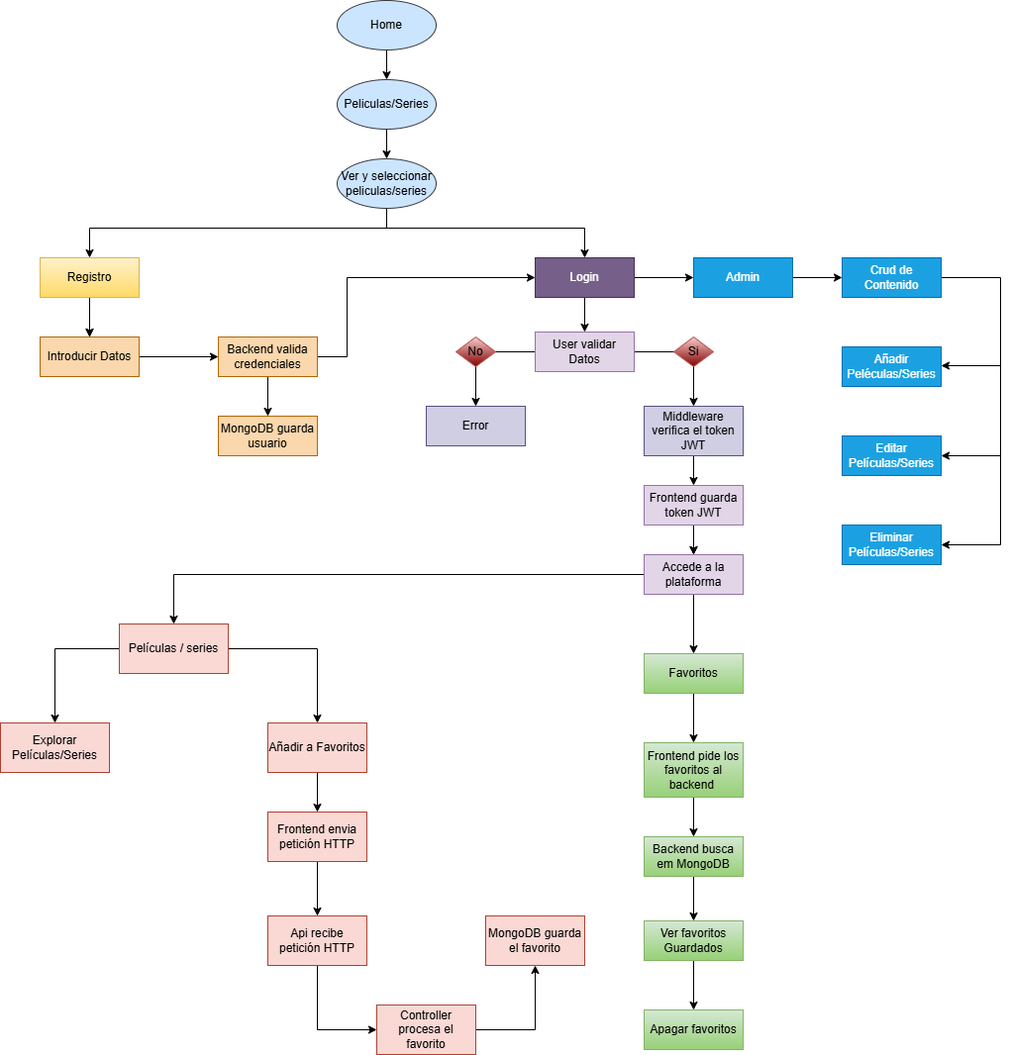
ecrbarbosa7/Glitch_Elisabete-and-Neuza keeps this draw.io diagram as Diagrama final Glitch.drawio.png. Above is the earlier version. Source tidied: cells renumbered, new cells last; positions are measured from the earlier drawing's top-left corner, leaving out a move shared by most shapes.
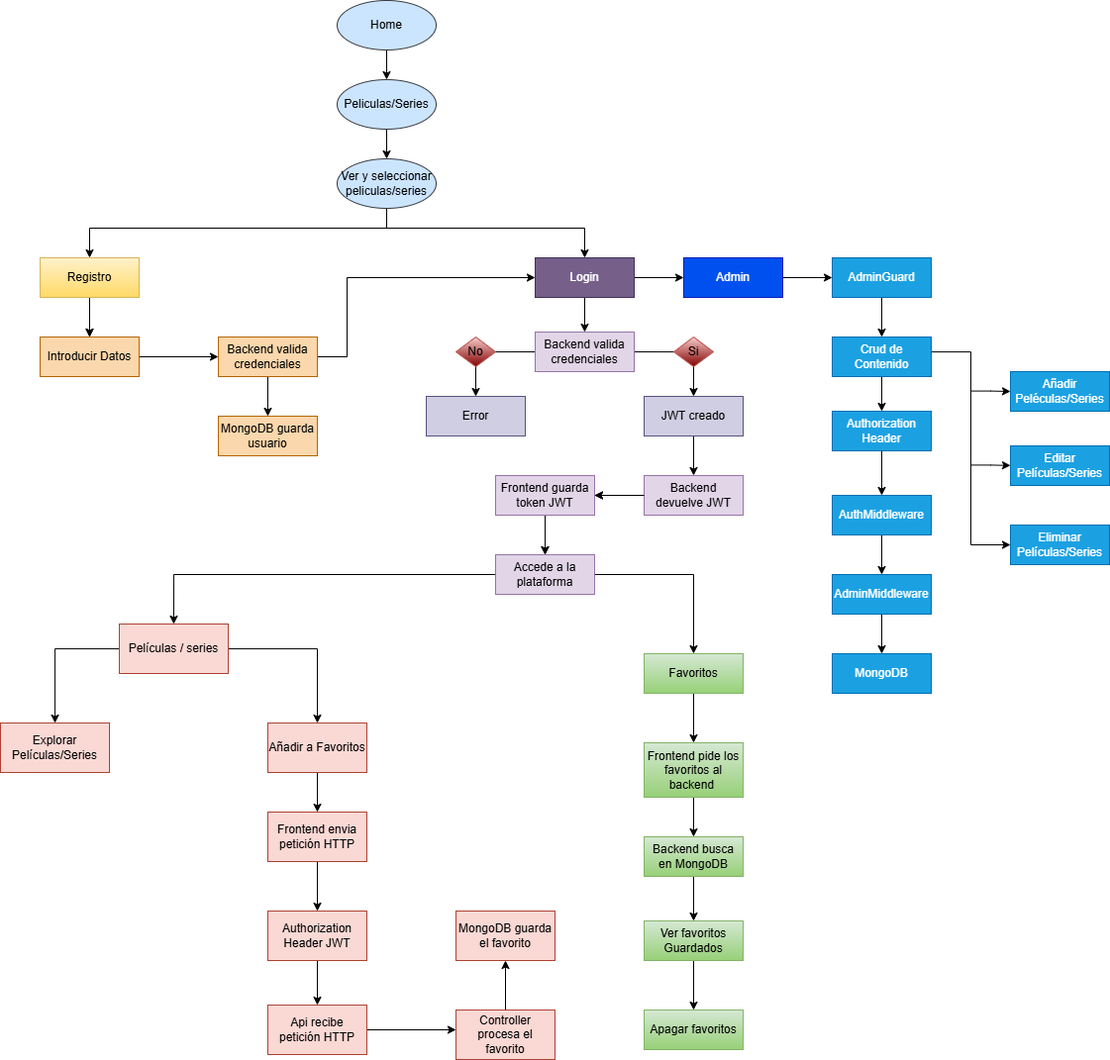
The same file after the commit.

Commit message:
Update diagram file for project visualization improvements

What changed in the source:
```diff
@@ -62,17 +62,17 @@
     <mxCell id="16" style="edgeStyle=orthogonalEdgeStyle;rounded=0;jettySize=auto;html=1;exitX=0;exitY=0.5;exitDx=0;exitDy=0;entryX=0.5;entryY=0;entryDx=0;entryDy=0;" parent="1" edge="1" source="17" target="18">
       <mxGeometry relative="1" as="geometry" />
     </mxCell>
-    <mxCell id="17" value="User validar Datos" style="rounded=0;whiteSpace=wrap;html=1;fillColor=#e1d5e7;strokeColor=#9673a6;" parent="1" vertex="1">
+    <mxCell id="17" value="Backend valida credenciales" style="rounded=0;whiteSpace=wrap;html=1;fillColor=#e1d5e7;strokeColor=#9673a6;" parent="1" vertex="1">
       <mxGeometry x="540" y="335" width="100" height="40" as="geometry" />
     </mxCell>
     <mxCell id="18" value="Error" style="rounded=0;whiteSpace=wrap;html=1;fillColor=#d0cee2;strokeColor=#56517e;" parent="1" vertex="1">
-      <mxGeometry x="430" y="410" width="100" height="40" as="geometry" />
+      <mxGeometry x="430" y="400" width="100" height="40" as="geometry" />
     </mxCell>
     <mxCell id="19" style="edgeStyle=orthogonalEdgeStyle;rounded=0;jettySize=auto;html=1;" parent="1" edge="1" source="20" target="24">
       <mxGeometry relative="1" as="geometry" />
     </mxCell>
-    <mxCell id="20" value="Middleware verifica el token JWT" style="rounded=0;whiteSpace=wrap;html=1;fillColor=#d0cee2;strokeColor=#56517e;" parent="1" vertex="1">
-      <mxGeometry x="650" y="410" width="100" height="50" as="geometry" />
+    <mxCell id="20" value="JWT creado" style="rounded=0;whiteSpace=wrap;html=1;fillColor=#d0cee2;strokeColor=#56517e;" parent="1" vertex="1">
+      <mxGeometry x="650" y="400" width="100" height="40" as="geometry" />
     </mxCell>
     <mxCell id="21" value="Si" style="rhombus;whiteSpace=wrap;html=1;fillColor=#f8cecc;strokeColor=#b85450;gradientColor=light-dark(#820000,#910400);" parent="1" vertex="1">
       <mxGeometry x="680" y="340" width="40" height="30" as="geometry" />
@@ -80,11 +80,14 @@
     <mxCell id="22" style="edgeStyle=orthogonalEdgeStyle;rounded=0;jettySize=auto;html=1;" parent="1" edge="1" source="24" target="27">
       <mxGeometry relative="1" as="geometry" />
     </mxCell>
-    <mxCell id="23" style="edgeStyle=orthogonalEdgeStyle;rounded=0;jettySize=auto;html=1;" parent="1" edge="1" source="24" target="27">
+    <mxCell id="23" style="edgeStyle=orthogonalEdgeStyle;rounded=0;jettySize=auto;html=1;" parent="1" edge="1" source="82" target="27">
       <mxGeometry relative="1" as="geometry" />
     </mxCell>
+    <mxCell id="66" style="edgeStyle=orthogonalEdgeStyle;rounded=0;jettySize=auto;html=1;" parent="1" edge="1" source="24" target="82">
+      <mxGeometry relative="1" as="geometry" />
+    </mxCell>
-    <mxCell id="24" value="Frontend guarda token JWT" style="rounded=0;whiteSpace=wrap;html=1;fillColor=#e1d5e7;strokeColor=#9673a6;" parent="1" vertex="1">
-      <mxGeometry x="650" y="490" width="100" height="40" as="geometry" />
+    <mxCell id="24" value="Backend devuelve JWT" style="rounded=0;whiteSpace=wrap;html=1;fillColor=#e1d5e7;strokeColor=#9673a6;" parent="1" vertex="1">
+      <mxGeometry x="650" y="480" width="100" height="40" as="geometry" />
     </mxCell>
     <mxCell id="25" style="edgeStyle=orthogonalEdgeStyle;rounded=0;jettySize=auto;html=1;entryX=0.5;entryY=0;entryDx=0;entryDy=0;" parent="1" edge="1" source="27" target="33">
       <mxGeometry relative="1" as="geometry">
@@ -97,7 +100,7 @@
       <mxGeometry relative="1" as="geometry" />
     </mxCell>
     <mxCell id="27" value="Accede a la plataforma" style="rounded=0;whiteSpace=wrap;html=1;fillColor=#e1d5e7;strokeColor=#9673a6;" parent="1" vertex="1">
-      <mxGeometry x="650" y="560" width="100" height="40" as="geometry" />
+      <mxGeometry x="500" y="560" width="100" height="40" as="geometry" />
     </mxCell>
     <mxCell id="28" value="No" style="rhombus;whiteSpace=wrap;html=1;fillColor=#f8cecc;strokeColor=#b85450;gradientColor=light-dark(#820000,#910400);" parent="1" vertex="1">
       <mxGeometry x="460" y="340" width="40" height="30" as="geometry" />
@@ -117,9 +120,9 @@
     <mxCell id="33" value="Películas /&amp;nbsp;&lt;span style=&quot;background-color: transparent; color: light-dark(rgb(0, 0, 0), rgb(255, 255, 255));&quot;&gt;series&lt;/span&gt;" style="rounded=0;whiteSpace=wrap;html=1;fillColor=#fad9d5;strokeColor=#ae4132;" parent="1" vertex="1">
       <mxGeometry x="120" y="630" width="110" height="50" as="geometry" />
     </mxCell>
-    <mxCell id="34" style="edgeStyle=orthogonalEdgeStyle;rounded=0;jettySize=auto;html=1;" parent="1" edge="1" source="35" target="37">
-      <mxGeometry relative="1" as="geometry" />
-    </mxCell>
+    <mxCell id="67" style="edgeStyle=orthogonalEdgeStyle;rounded=0;jettySize=auto;html=1;" parent="1" edge="1" source="35" target="84">
+      <mxGeometry relative="1" as="geometry" />
+    </mxCell>
     <mxCell id="35" value="Frontend envia petición HTTP" style="whiteSpace=wrap;html=1;rounded=0;fillColor=#fad9d5;strokeColor=#ae4132;" parent="1" vertex="1">
       <mxGeometry x="270" y="820" width="100" height="50" as="geometry" />
     </mxCell>
@@ -131,7 +134,7 @@
       </mxGeometry>
     </mxCell>
     <mxCell id="37" value="Api recibe petición HTTP" style="whiteSpace=wrap;html=1;rounded=0;fillColor=#fad9d5;strokeColor=#ae4132;" parent="1" vertex="1">
-      <mxGeometry x="270" y="925" width="100" height="50" as="geometry" />
+      <mxGeometry x="270" y="1015" width="100" height="50" as="geometry" />
     </mxCell>
     <mxCell id="38" style="edgeStyle=orthogonalEdgeStyle;rounded=0;jettySize=auto;html=1;" parent="1" edge="1" source="39" target="41">
       <mxGeometry relative="1" as="geometry" />
@@ -163,17 +166,17 @@
     <mxCell id="47" style="edgeStyle=orthogonalEdgeStyle;rounded=0;jettySize=auto;html=1;" parent="1" edge="1" source="48" target="53">
       <mxGeometry relative="1" as="geometry" />
     </mxCell>
-    <mxCell id="48" value="Backend busca em MongoDB" style="rounded=0;whiteSpace=wrap;html=1;fillColor=#d5e8d4;strokeColor=#82b366;gradientColor=#97d077;" parent="1" vertex="1">
+    <mxCell id="48" value="Backend busca en MongoDB" style="rounded=0;whiteSpace=wrap;html=1;fillColor=#d5e8d4;strokeColor=#82b366;gradientColor=#97d077;" parent="1" vertex="1">
       <mxGeometry x="650" y="845" width="100" height="40" as="geometry" />
     </mxCell>
     <mxCell id="49" style="edgeStyle=orthogonalEdgeStyle;rounded=0;jettySize=auto;html=1;" parent="1" edge="1" source="50" target="51">
       <mxGeometry relative="1" as="geometry" />
     </mxCell>
     <mxCell id="50" value="Controller procesa el favorito" style="whiteSpace=wrap;html=1;rounded=0;fillColor=#fad9d5;strokeColor=#ae4132;" parent="1" vertex="1">
-      <mxGeometry x="380" y="1015" width="100" height="50" as="geometry" />
+      <mxGeometry x="460" y="1020" width="100" height="50" as="geometry" />
     </mxCell>
     <mxCell id="51" value="MongoDB guarda el favorito" style="whiteSpace=wrap;html=1;rounded=0;fillColor=#fad9d5;strokeColor=#ae4132;" parent="1" vertex="1">
-      <mxGeometry x="490" y="925" width="100" height="50" as="geometry" />
+      <mxGeometry x="460" y="920" width="100" height="50" as="geometry" />
     </mxCell>
     <mxCell id="52" style="edgeStyle=orthogonalEdgeStyle;rounded=0;jettySize=auto;html=1;" parent="1" edge="1" source="53" target="54">
       <mxGeometry relative="1" as="geometry" />
@@ -190,43 +193,88 @@
     <mxCell id="56" value="Backend valida credenciales" style="rounded=0;whiteSpace=wrap;html=1;fillColor=#fad7ac;strokeColor=#b46504;" parent="1" vertex="1">
       <mxGeometry x="220" y="340" width="100" height="40" as="geometry" />
     </mxCell>
-    <mxCell id="57" style="edgeStyle=orthogonalEdgeStyle;rounded=0;jettySize=auto;html=1;entryX=1;entryY=0.5;entryDx=0;entryDy=0;exitX=1;exitY=0.5;exitDx=0;exitDy=0;" parent="1" edge="1" source="65" target="63">
+    <mxCell id="57" style="edgeStyle=orthogonalEdgeStyle;rounded=0;jettySize=auto;html=1;exitX=1;exitY=0.5;exitDx=0;exitDy=0;entryX=0;entryY=0.5;entryDx=0;entryDy=0;" parent="1" edge="1" source="65" target="63">
       <mxGeometry relative="1" as="geometry">
         <Array as="points">
-          <mxPoint x="1010" y="280" />
-          <mxPoint x="1010" y="550" />
+          <mxPoint x="940" y="355" />
+          <mxPoint x="980" y="355" />
+          <mxPoint x="980" y="550" />
         </Array>
       </mxGeometry>
     </mxCell>
-    <mxCell id="58" style="edgeStyle=orthogonalEdgeStyle;rounded=0;jettySize=auto;html=1;" parent="1" edge="1" source="59" target="65">
-      <mxGeometry relative="1" as="geometry" />
-    </mxCell>
+    <mxCell id="68" style="edgeStyle=orthogonalEdgeStyle;rounded=0;jettySize=auto;html=1;" parent="1" edge="1" source="59" target="72">
+      <mxGeometry relative="1" as="geometry" />
+    </mxCell>
-    <mxCell id="59" value="Admin" style="rounded=0;whiteSpace=wrap;html=1;fillColor=#1ba1e2;strokeColor=#006EAF;fontColor=#ffffff;" parent="1" vertex="1">
-      <mxGeometry x="700" y="260" width="100" height="40" as="geometry" />
+    <mxCell id="59" value="Admin" style="rounded=0;whiteSpace=wrap;html=1;fillColor=#0050ef;strokeColor=#001DBC;fontColor=#ffffff;" parent="1" vertex="1">
+      <mxGeometry x="690" y="260" width="100" height="40" as="geometry" />
     </mxCell>
-    <mxCell id="60" style="edgeStyle=orthogonalEdgeStyle;rounded=0;orthogonalLoop=1;jettySize=auto;html=1;" parent="1" edge="1">
+    <mxCell id="60" style="edgeStyle=orthogonalEdgeStyle;rounded=0;jettySize=auto;html=1;entryX=0;entryY=0.5;entryDx=0;entryDy=0;" parent="1" edge="1" target="61">
       <mxGeometry relative="1" as="geometry">
-        <mxPoint x="1010" y="369" as="sourcePoint" />
-        <mxPoint x="950" y="369" as="targetPoint" />
+        <mxPoint x="980" y="394.6" as="sourcePoint" />
       </mxGeometry>
     </mxCell>
     <mxCell id="61" value="Añadir Peléculas/Series" style="rounded=0;whiteSpace=wrap;html=1;fillColor=#1ba1e2;strokeColor=#006EAF;fontColor=#ffffff;" parent="1" vertex="1">
-      <mxGeometry x="850" y="350" width="100" height="40" as="geometry" />
+      <mxGeometry x="1020" y="375" width="100" height="40" as="geometry" />
     </mxCell>
     <mxCell id="62" value="Editar Películas/Series" style="rounded=0;whiteSpace=wrap;html=1;fillColor=#1ba1e2;strokeColor=#006EAF;fontColor=#ffffff;" parent="1" vertex="1">
-      <mxGeometry x="850" y="440" width="100" height="40" as="geometry" />
+      <mxGeometry x="1020" y="450" width="100" height="40" as="geometry" />
     </mxCell>
     <mxCell id="63" value="Eliminar Películas/Series" style="rounded=0;whiteSpace=wrap;html=1;fillColor=#1ba1e2;strokeColor=#006EAF;fontColor=#ffffff;" parent="1" vertex="1">
-      <mxGeometry x="850" y="530" width="100" height="40" as="geometry" />
+      <mxGeometry x="1020" y="530" width="100" height="40" as="geometry" />
     </mxCell>
-    <mxCell id="64" style="edgeStyle=orthogonalEdgeStyle;rounded=0;orthogonalLoop=1;jettySize=auto;html=1;" parent="1" edge="1">
-      <mxGeometry relative="1" as="geometry">
-        <mxPoint x="1010" y="460" as="sourcePoint" />
-        <mxPoint x="950" y="460" as="targetPoint" />
-      </mxGeometry>
-    </mxCell>
+    <mxCell id="69" style="edgeStyle=orthogonalEdgeStyle;rounded=0;jettySize=auto;html=1;" parent="1" edge="1" source="65" target="74">
+      <mxGeometry relative="1" as="geometry" />
+    </mxCell>
     <mxCell id="65" value="Crud de Contenido" style="rounded=0;whiteSpace=wrap;html=1;fillColor=#1ba1e2;strokeColor=#006EAF;fontColor=#ffffff;" parent="1" vertex="1">
-      <mxGeometry x="850" y="260" width="100" height="40" as="geometry" />
+      <mxGeometry x="840" y="340" width="100" height="40" as="geometry" />
     </mxCell>
+    <mxCell id="70" style="edgeStyle=orthogonalEdgeStyle;rounded=0;orthogonalLoop=1;jettySize=auto;html=1;exitX=0.5;exitY=1;exitDx=0;exitDy=0;" parent="1" edge="1" source="61" target="61">
+      <mxGeometry relative="1" as="geometry" />
+    </mxCell>
+    <mxCell id="71" style="edgeStyle=orthogonalEdgeStyle;rounded=0;jettySize=auto;html=1;" parent="1" edge="1" source="72" target="65">
+      <mxGeometry relative="1" as="geometry" />
+    </mxCell>
+    <mxCell id="72" value="AdminGuard" style="rounded=0;whiteSpace=wrap;html=1;fillColor=#1ba1e2;strokeColor=#006EAF;fontColor=#ffffff;" parent="1" vertex="1">
+      <mxGeometry x="840" y="260" width="100" height="40" as="geometry" />
+    </mxCell>
+    <mxCell id="73" style="edgeStyle=orthogonalEdgeStyle;rounded=0;jettySize=auto;html=1;" parent="1" edge="1" source="74" target="76">
+      <mxGeometry relative="1" as="geometry" />
+    </mxCell>
+    <mxCell id="74" value="Authorization Header" style="rounded=0;whiteSpace=wrap;html=1;fillColor=#1ba1e2;strokeColor=#006EAF;fontColor=#ffffff;" parent="1" vertex="1">
+      <mxGeometry x="840" y="415" width="100" height="40" as="geometry" />
+    </mxCell>
+    <mxCell id="75" style="edgeStyle=orthogonalEdgeStyle;rounded=0;jettySize=auto;html=1;" parent="1" edge="1" source="76" target="78">
+      <mxGeometry relative="1" as="geometry" />
+    </mxCell>
+    <mxCell id="76" value="AuthMiddleware" style="rounded=0;whiteSpace=wrap;html=1;fillColor=#1ba1e2;strokeColor=#006EAF;fontColor=#ffffff;" parent="1" vertex="1">
+      <mxGeometry x="840" y="500" width="100" height="40" as="geometry" />
+    </mxCell>
+    <mxCell id="77" style="edgeStyle=orthogonalEdgeStyle;rounded=0;jettySize=auto;html=1;" parent="1" edge="1" source="78" target="79">
+      <mxGeometry relative="1" as="geometry" />
+    </mxCell>
+    <mxCell id="78" value="AdminMiddleware" style="rounded=0;whiteSpace=wrap;html=1;fillColor=#1ba1e2;strokeColor=#006EAF;fontColor=#ffffff;" parent="1" vertex="1">
+      <mxGeometry x="840" y="580" width="100" height="40" as="geometry" />
+    </mxCell>
+    <mxCell id="79" value="MongoDB" style="rounded=0;whiteSpace=wrap;html=1;fillColor=#1ba1e2;strokeColor=#006EAF;fontColor=#ffffff;" parent="1" vertex="1">
+      <mxGeometry x="840" y="660" width="100" height="40" as="geometry" />
+    </mxCell>
+    <mxCell id="80" style="edgeStyle=orthogonalEdgeStyle;rounded=0;orthogonalLoop=1;jettySize=auto;html=1;entryX=0;entryY=0.5;entryDx=0;entryDy=0;" parent="1" edge="1">
+      <mxGeometry relative="1" as="geometry">
+        <mxPoint x="980" y="469.4" as="sourcePoint" />
+        <mxPoint x="1020" y="469.8" as="targetPoint" />
+      </mxGeometry>
+    </mxCell>
+    <mxCell id="81" style="edgeStyle=orthogonalEdgeStyle;rounded=0;jettySize=auto;html=1;" parent="1" edge="1" source="24" target="82">
+      <mxGeometry relative="1" as="geometry" />
+    </mxCell>
+    <mxCell id="82" value="Frontend guarda token JWT" style="rounded=0;whiteSpace=wrap;html=1;fillColor=#e1d5e7;strokeColor=#9673a6;" parent="1" vertex="1">
+      <mxGeometry x="500" y="480" width="100" height="40" as="geometry" />
+    </mxCell>
+    <mxCell id="83" style="edgeStyle=orthogonalEdgeStyle;rounded=0;jettySize=auto;html=1;" parent="1" edge="1" source="84" target="37">
+      <mxGeometry relative="1" as="geometry" />
+    </mxCell>
+    <mxCell id="84" value="Authorization Header JWT" style="whiteSpace=wrap;html=1;rounded=0;fillColor=#fad9d5;strokeColor=#ae4132;" parent="1" vertex="1">
+      <mxGeometry x="270" y="920" width="100" height="50" as="geometry" />
+    </mxCell>
   </root>
 </mxGraphModel>
```
